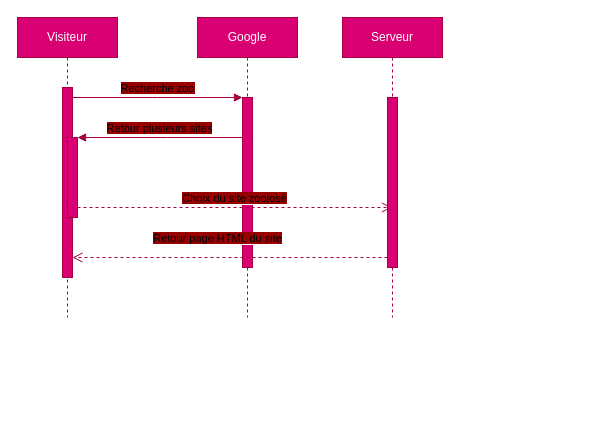
danypausemitchel/monsitezoo keeps this draw.io diagram as page "De séquence" (2 of 3) of diagrammes.drawio. Above is the earlier version. Source tidied: cells renumbered, new cells numbered last; positions are measured from the earlier drawing's top-left corner, leaving out a move shared by most shapes. Both pictures are drawn from the tidied source at 100%, with x=0, y=0 at pixel (17, 17).
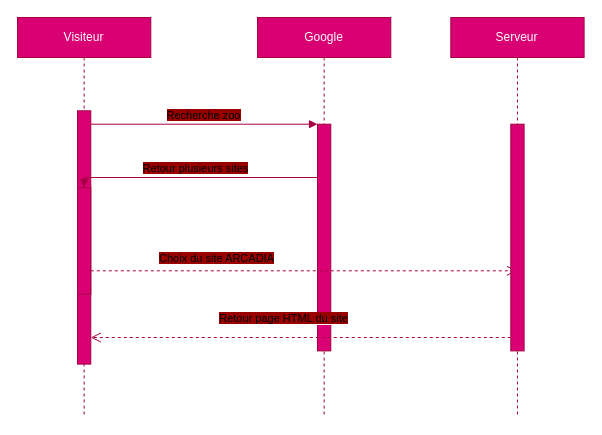
The same diagram, later.

The edit, as a diff of the source:
```diff
@@
 <mxGraphModel>
   <root>
     <mxCell id="0" />
     <mxCell id="1" parent="0" />
     <mxCell id="2" value="Visiteur" style="shape=umlLifeline;perimeter=lifelinePerimeter;whiteSpace=wrap;html=1;newEdgeStyle={&quot;edgeStyle&quot;:&quot;elbowEdgeStyle&quot;,&quot;elbow&quot;:&quot;vertical&quot;,&quot;curved&quot;:0,&quot;rounded&quot;:0};fillColor=#d80073;fontColor=#ffffff;strokeColor=#A50040;" parent="1" vertex="1">
-      <mxGeometry width="100" height="300" as="geometry" />
+      <mxGeometry width="133.3" height="400" as="geometry" />
     </mxCell>
     <mxCell id="3" style="html=1;points=[];perimeter=orthogonalPerimeter;outlineConnect=0;targetShapes=umlLifeline;portConstraint=eastwest;newEdgeStyle={&quot;edgeStyle&quot;:&quot;elbowEdgeStyle&quot;,&quot;elbow&quot;:&quot;vertical&quot;,&quot;curved&quot;:0,&quot;rounded&quot;:0};fillColor=#d80073;fontColor=#ffffff;strokeColor=#A50040;" parent="2" vertex="1">
-      <mxGeometry x="45" y="70" width="10" height="190" as="geometry" />
+      <mxGeometry x="60" y="93.3" width="13.3" height="253.3" as="geometry" />
     </mxCell>
     <mxCell id="4" style="html=1;points=[];perimeter=orthogonalPerimeter;outlineConnect=0;targetShapes=umlLifeline;portConstraint=eastwest;newEdgeStyle={&quot;edgeStyle&quot;:&quot;elbowEdgeStyle&quot;,&quot;elbow&quot;:&quot;vertical&quot;,&quot;curved&quot;:0,&quot;rounded&quot;:0};fillColor=#d80073;fontColor=#ffffff;strokeColor=#A50040;" parent="2" vertex="1">
-      <mxGeometry x="50" y="120" width="10" height="80" as="geometry" />
+      <mxGeometry x="60" y="170" width="13.3" height="106.7" as="geometry" />
     </mxCell>
     <mxCell id="5" value="Google" style="shape=umlLifeline;perimeter=lifelinePerimeter;whiteSpace=wrap;html=1;newEdgeStyle={&quot;edgeStyle&quot;:&quot;elbowEdgeStyle&quot;,&quot;elbow&quot;:&quot;vertical&quot;,&quot;curved&quot;:0,&quot;rounded&quot;:0};fillColor=#d80073;fontColor=#ffffff;strokeColor=#A50040;" parent="1" vertex="1">
-      <mxGeometry x="180" width="100" height="300" as="geometry" />
+      <mxGeometry x="240" width="133.3" height="400" as="geometry" />
     </mxCell>
     <mxCell id="6" style="html=1;points=[];perimeter=orthogonalPerimeter;outlineConnect=0;targetShapes=umlLifeline;portConstraint=eastwest;newEdgeStyle={&quot;edgeStyle&quot;:&quot;elbowEdgeStyle&quot;,&quot;elbow&quot;:&quot;vertical&quot;,&quot;curved&quot;:0,&quot;rounded&quot;:0};fillColor=#d80073;fontColor=#ffffff;strokeColor=#A50040;" parent="5" vertex="1">
-      <mxGeometry x="45" y="80" width="10" height="170" as="geometry" />
+      <mxGeometry x="60" y="106.7" width="13.3" height="226.7" as="geometry" />
     </mxCell>
     <mxCell id="7" value="&lt;span style=&quot;background-color: rgb(153, 0, 0);&quot;&gt;Recherche zoo&lt;/span&gt;" style="html=1;verticalAlign=bottom;endArrow=block;edgeStyle=elbowEdgeStyle;elbow=vertical;curved=0;rounded=0;fillColor=#d80073;strokeColor=#A50040;" parent="1" edge="1" source="3" target="6">
       <mxGeometry relative="1" as="geometry">
         <Array as="points">
-          <mxPoint x="140" y="80" />
+          <mxPoint x="186.7" y="106.7" />
         </Array>
       </mxGeometry>
     </mxCell>
     <mxCell id="8" value="&lt;span style=&quot;background-color: rgb(153, 0, 0);&quot;&gt;Retour page HTML du site&lt;/span&gt;" style="html=1;verticalAlign=bottom;endArrow=open;dashed=1;endSize=8;edgeStyle=elbowEdgeStyle;elbow=vertical;curved=0;rounded=0;fillColor=#d80073;strokeColor=#A50040;" parent="1" edge="1" source="12" target="3">
       <mxGeometry x="0.08" y="-10" relative="1" as="geometry">
         <Array as="points">
-          <mxPoint x="150" y="240" />
+          <mxPoint x="200" y="320" />
         </Array>
       </mxGeometry>
     </mxCell>
     <mxCell id="9" value="&lt;span style=&quot;background-color: rgb(153, 0, 0);&quot;&gt;Retour plusieurs sites&lt;/span&gt;" style="html=1;verticalAlign=bottom;endArrow=block;edgeStyle=elbowEdgeStyle;elbow=vertical;curved=0;rounded=0;fillColor=#d80073;strokeColor=#A50040;" parent="1" edge="1" source="6" target="4">
       <mxGeometry relative="1" as="geometry">
         <Array as="points">
-          <mxPoint x="150" y="120" />
+          <mxPoint x="200" y="160" />
         </Array>
       </mxGeometry>
     </mxCell>
-    <mxCell id="10" value="&lt;span style=&quot;background-color: rgb(153, 0, 0);&quot;&gt;Choix du site zoojosé&lt;/span&gt;" style="html=1;verticalAlign=bottom;endArrow=open;dashed=1;endSize=8;edgeStyle=elbowEdgeStyle;elbow=vertical;curved=0;rounded=0;fillColor=#d80073;strokeColor=#A50040;" parent="1" edge="1" source="4" target="11">
-      <mxGeometry relative="1" as="geometry">
+    <mxCell id="10" value="&lt;span style=&quot;background-color: rgb(153, 0, 0);&quot;&gt;Choix du site ARCADIA&lt;/span&gt;" style="html=1;verticalAlign=bottom;endArrow=open;dashed=1;endSize=8;edgeStyle=elbowEdgeStyle;elbow=vertical;curved=0;rounded=0;fillColor=#d80073;strokeColor=#A50040;" parent="1" edge="1" source="4" target="11">
+      <mxGeometry x="-0.41" y="3" relative="1" as="geometry">
         <Array as="points">
-          <mxPoint x="140" y="190" />
+          <mxPoint x="186.7" y="253.3" />
         </Array>
       </mxGeometry>
     </mxCell>
     <mxCell id="11" value="Serveur" style="shape=umlLifeline;perimeter=lifelinePerimeter;whiteSpace=wrap;html=1;outlineConnect=0;portConstraint=eastwest;newEdgeStyle={&quot;edgeStyle&quot;:&quot;elbowEdgeStyle&quot;,&quot;elbow&quot;:&quot;vertical&quot;,&quot;curved&quot;:0,&quot;rounded&quot;:0};fillColor=#d80073;fontColor=#ffffff;strokeColor=#A50040;" parent="1" vertex="1">
-      <mxGeometry x="325" width="100" height="300" as="geometry" />
+      <mxGeometry x="433.3" width="133.3" height="400" as="geometry" />
     </mxCell>
     <mxCell id="12" style="html=1;points=[];perimeter=orthogonalPerimeter;outlineConnect=0;targetShapes=umlLifeline;portConstraint=eastwest;newEdgeStyle={&quot;edgeStyle&quot;:&quot;elbowEdgeStyle&quot;,&quot;elbow&quot;:&quot;vertical&quot;,&quot;curved&quot;:0,&quot;rounded&quot;:0};fillColor=#d80073;fontColor=#ffffff;strokeColor=#A50040;" parent="11" vertex="1">
-      <mxGeometry x="45" y="80" width="10" height="170" as="geometry" />
+      <mxGeometry x="60" y="106.7" width="13.3" height="226.7" as="geometry" />
     </mxCell>
   </root>
 </mxGraphModel>
```
